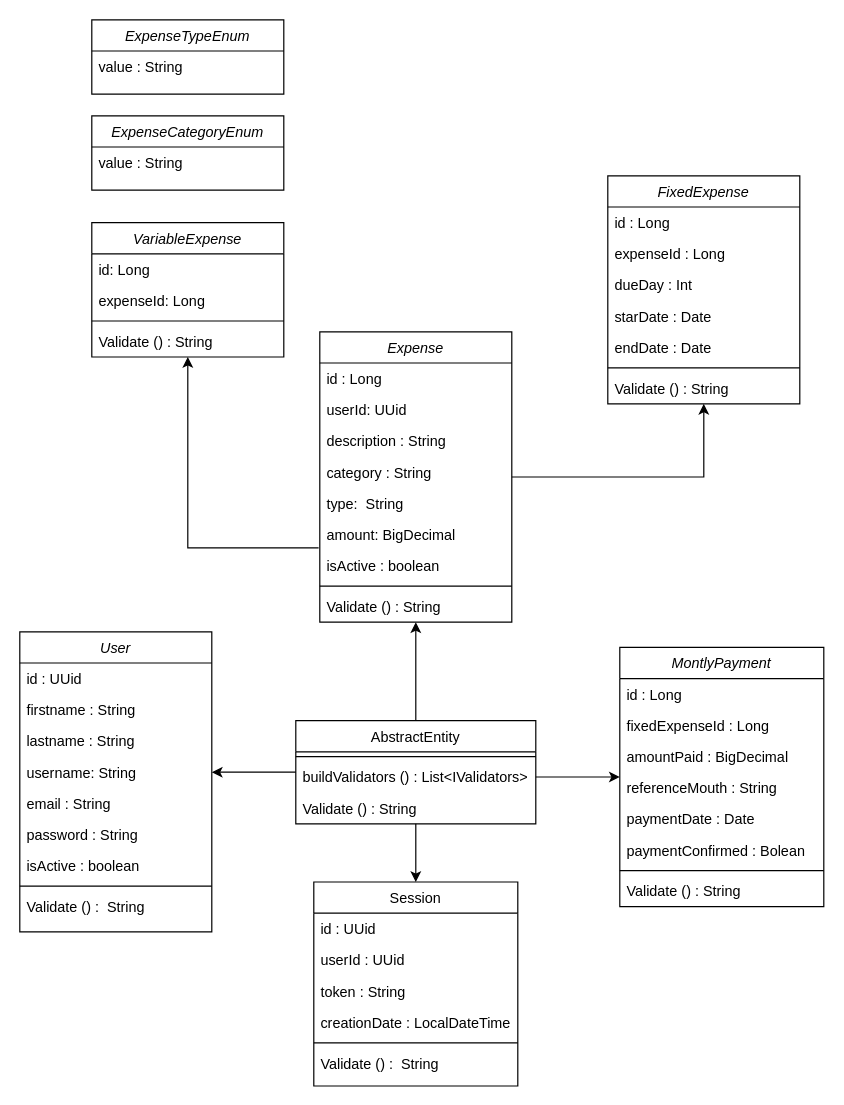
Above: _docs/Class Diagram.drawio in gervasioartur/walletwise-clean-graphql-api (draw.io), before the change. Source tidied: cells renumbered, new cells numbered last; positions are measured from the earlier drawing's top-left corner, leaving out a move shared by most shapes. Both pictures are drawn from the tidied source at 120%, with x=0, y=0 at pixel (19, 19).
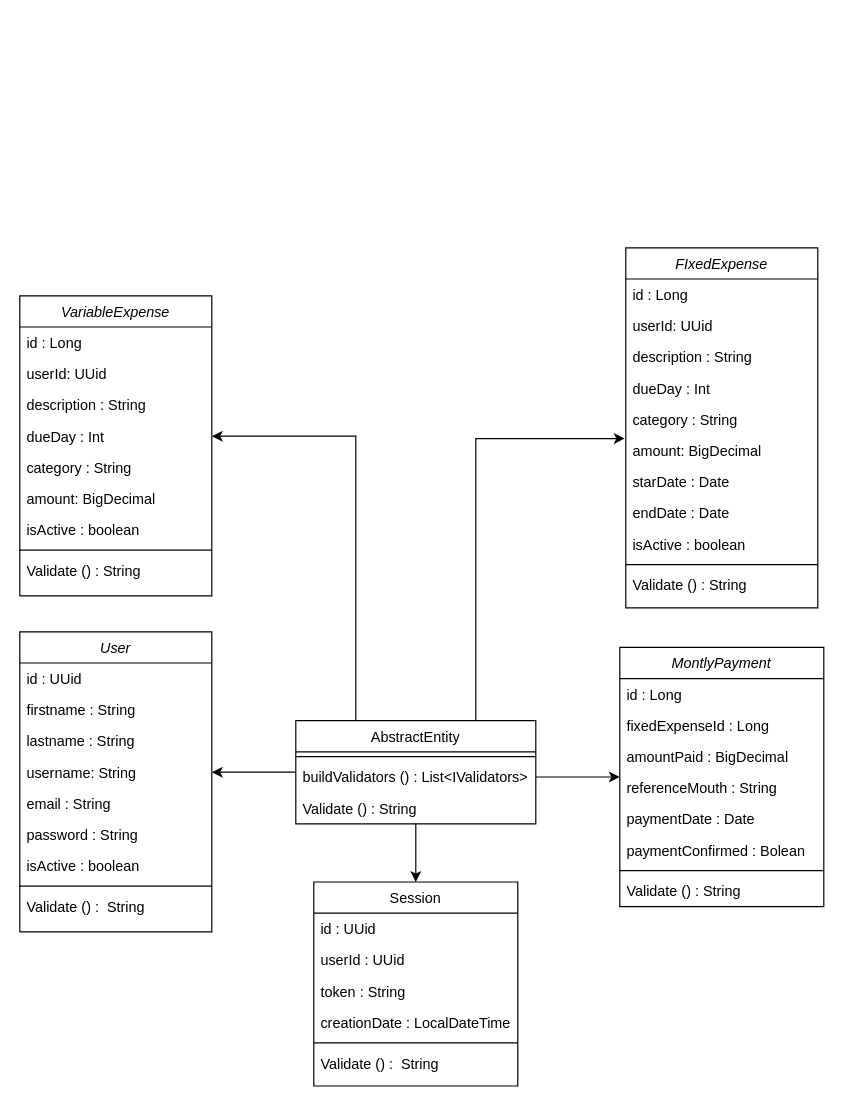
Above is the later version.

Commit message (it also covers changes not shown here):
refactor: change classes to use just FixedExpense instead of Expense

Unchanged cells that the change refers to:
```xml
<mxCell id="22" value="AbstractEntity" style="swimlane;fontStyle=0;align=center;verticalAlign=top;horizontal=1;startSize=26;rounded=0;shadow=0;strokeWidth=1;" parent="1" vertex="1">
  <mxGeometry x="230" y="584" width="200" height="86" as="geometry" />
</mxCell>
<mxCell id="33" value="amount: BigDecimal" style="text;align=left;verticalAlign=top;spacingLeft=4;spacingRight=4;overflow=hidden;points=[[0,0.5],[1,0.5]];portConstraint=eastwest;rounded=0;shadow=0;html=0;" parent="27" vertex="1">
  <mxGeometry y="156" width="160" height="26" as="geometry" />
</mxCell>
```

Diff of the diagram source:
```diff
@@
-    <mxCell id="21" style="edgeStyle=orthogonalEdgeStyle;rounded=0;jettySize=auto;html=1;entryX=0.5;entryY=1;entryDx=0;entryDy=0;" parent="1" edge="1" source="22" target="27">
-      <mxGeometry relative="1" as="geometry" />
-    </mxCell>
+    <mxCell id="65" style="edgeStyle=orthogonalEdgeStyle;rounded=0;jettySize=auto;html=1;entryX=-0.006;entryY=0.115;entryDx=0;entryDy=0;entryPerimeter=0;exitX=0.75;exitY=0;exitDx=0;exitDy=0;" parent="1" edge="1" source="22" target="33">
+      <mxGeometry relative="1" as="geometry" />
+    </mxCell>
@@
-    <mxCell id="26" style="edgeStyle=orthogonalEdgeStyle;rounded=0;jettySize=auto;html=1;entryX=0.5;entryY=1;entryDx=0;entryDy=0;" parent="1" edge="1" source="27" target="37">
-      <mxGeometry relative="1" as="geometry" />
-    </mxCell>
-    <mxCell id="27" value="Expense" style="swimlane;fontStyle=2;align=center;verticalAlign=top;horizontal=1;startSize=26;rounded=0;shadow=0;strokeWidth=1;" parent="1" vertex="1">
-      <mxGeometry x="250" y="260" width="160" height="242" as="geometry" />
+    <mxCell id="27" value="FIxedExpense" style="swimlane;fontStyle=2;align=center;verticalAlign=top;horizontal=1;startSize=26;rounded=0;shadow=0;strokeWidth=1;" parent="1" vertex="1">
+      <mxGeometry x="505" y="190" width="160" height="300" as="geometry" />
     </mxCell>
@@
+    <mxCell id="64" value="dueDay : Int" style="text;align=left;verticalAlign=top;spacingLeft=4;spacingRight=4;overflow=hidden;rounded=0;shadow=0;html=0;" parent="27" vertex="1">
+      <mxGeometry y="104" width="160" height="26" as="geometry" />
+    </mxCell>
     <mxCell id="31" value="category : String" style="text;align=left;verticalAlign=top;spacingLeft=4;spacingRight=4;overflow=hidden;rounded=0;shadow=0;html=0;" parent="27" vertex="1">
-      <mxGeometry y="104" width="160" height="26" as="geometry" />
+      <mxGeometry y="130" width="160" height="26" as="geometry" />
     </mxCell>
-    <mxCell id="32" value="type:  String" style="text;align=left;verticalAlign=top;spacingLeft=4;spacingRight=4;overflow=hidden;rounded=0;shadow=0;html=0;" parent="27" vertex="1">
-      <mxGeometry y="130" width="160" height="26" as="geometry" />
-    </mxCell>
@@
+    <mxCell id="41" value="starDate : Date" style="text;align=left;verticalAlign=top;spacingLeft=4;spacingRight=4;overflow=hidden;rounded=0;shadow=0;html=0;" parent="27" vertex="1">
+      <mxGeometry y="182" width="160" height="26" as="geometry" />
+    </mxCell>
+    <mxCell id="42" value="endDate : Date" style="text;align=left;verticalAlign=top;spacingLeft=4;spacingRight=4;overflow=hidden;rounded=0;shadow=0;html=0;" parent="27" vertex="1">
+      <mxGeometry y="208" width="160" height="26" as="geometry" />
+    </mxCell>
     <mxCell id="34" value="isActive : boolean" style="text;align=left;verticalAlign=top;spacingLeft=4;spacingRight=4;overflow=hidden;rounded=0;shadow=0;html=0;" parent="27" vertex="1">
-      <mxGeometry y="182" width="160" height="26" as="geometry" />
+      <mxGeometry y="234" width="160" height="26" as="geometry" />
     </mxCell>
     <mxCell id="35" style="line;html=1;strokeWidth=1;align=left;verticalAlign=middle;spacingTop=-1;spacingLeft=3;spacingRight=3;labelPosition=right;" parent="27" vertex="1">
-      <mxGeometry y="208" width="160" height="8" as="geometry" />
+      <mxGeometry y="260" width="160" height="8" as="geometry" />
     </mxCell>
     <mxCell id="36" value="Validate () : String" style="text;align=left;verticalAlign=top;spacingLeft=4;spacingRight=4;overflow=hidden;" parent="27" vertex="1">
-      <mxGeometry y="216" width="160" height="26" as="geometry" />
+      <mxGeometry y="268" width="160" height="32" as="geometry" />
     </mxCell>
-    <mxCell id="37" value="FixedExpense" style="swimlane;fontStyle=2;align=center;verticalAlign=top;horizontal=1;startSize=26;rounded=0;shadow=0;strokeWidth=1;" parent="1" vertex="1">
-      <mxGeometry x="490" y="130" width="160" height="190" as="geometry" />
-    </mxCell>
-    <mxCell id="38" value="id : Long" style="text;align=left;verticalAlign=top;spacingLeft=4;spacingRight=4;overflow=hidden;rounded=0;shadow=0;html=0;" parent="37" vertex="1">
-      <mxGeometry y="26" width="160" height="26" as="geometry" />
-    </mxCell>
-    <mxCell id="39" value="expenseId : Long" style="text;align=left;verticalAlign=top;spacingLeft=4;spacingRight=4;overflow=hidden;rounded=0;shadow=0;html=0;" parent="37" vertex="1">
-      <mxGeometry y="52" width="160" height="26" as="geometry" />
-    </mxCell>
-    <mxCell id="40" value="dueDay : Int" style="text;align=left;verticalAlign=top;spacingLeft=4;spacingRight=4;overflow=hidden;points=[[0,0.5],[1,0.5]];portConstraint=eastwest;rounded=0;shadow=0;html=0;" parent="37" vertex="1">
-      <mxGeometry y="78" width="160" height="26" as="geometry" />
-    </mxCell>
-    <mxCell id="41" value="starDate : Date" style="text;align=left;verticalAlign=top;spacingLeft=4;spacingRight=4;overflow=hidden;rounded=0;shadow=0;html=0;" parent="37" vertex="1">
-      <mxGeometry y="104" width="160" height="26" as="geometry" />
-    </mxCell>
-    <mxCell id="42" value="endDate : Date" style="text;align=left;verticalAlign=top;spacingLeft=4;spacingRight=4;overflow=hidden;rounded=0;shadow=0;html=0;" parent="37" vertex="1">
-      <mxGeometry y="130" width="160" height="26" as="geometry" />
-    </mxCell>
-    <mxCell id="43" style="line;html=1;strokeWidth=1;align=left;verticalAlign=middle;spacingTop=-1;spacingLeft=3;spacingRight=3;labelPosition=right;" parent="37" vertex="1">
-      <mxGeometry y="156" width="160" height="8" as="geometry" />
-    </mxCell>
-    <mxCell id="44" value="Validate () : String" style="text;align=left;verticalAlign=top;spacingLeft=4;spacingRight=4;overflow=hidden;" parent="37" vertex="1">
-      <mxGeometry y="164" width="160" height="26" as="geometry" />
-    </mxCell>
-    <mxCell id="45" value="VariableExpense" style="swimlane;fontStyle=2;align=center;verticalAlign=top;horizontal=1;startSize=26;rounded=0;shadow=0;strokeWidth=1;" parent="1" vertex="1">
-      <mxGeometry x="60" y="169" width="160" height="112" as="geometry" />
-    </mxCell>
-    <mxCell id="46" value="id: Long" style="text;align=left;verticalAlign=top;spacingLeft=4;spacingRight=4;overflow=hidden;rounded=0;shadow=0;html=0;" parent="45" vertex="1">
-      <mxGeometry y="26" width="160" height="26" as="geometry" />
-    </mxCell>
-    <mxCell id="47" value="expenseId: Long" style="text;align=left;verticalAlign=top;spacingLeft=4;spacingRight=4;overflow=hidden;rounded=0;shadow=0;html=0;" parent="45" vertex="1">
-      <mxGeometry y="52" width="160" height="26" as="geometry" />
-    </mxCell>
-    <mxCell id="48" style="line;html=1;strokeWidth=1;align=left;verticalAlign=middle;spacingTop=-1;spacingLeft=3;spacingRight=3;labelPosition=right;" parent="45" vertex="1">
-      <mxGeometry y="78" width="160" height="8" as="geometry" />
-    </mxCell>
-    <mxCell id="49" value="Validate () : String" style="text;align=left;verticalAlign=top;spacingLeft=4;spacingRight=4;overflow=hidden;" parent="45" vertex="1">
-      <mxGeometry y="86" width="160" height="26" as="geometry" />
-    </mxCell>
-    <mxCell id="50" style="edgeStyle=orthogonalEdgeStyle;rounded=0;jettySize=auto;html=1;entryX=0.5;entryY=1;entryDx=0;entryDy=0;exitX=-0.006;exitY=0.923;exitDx=0;exitDy=0;exitPerimeter=0;" parent="1" edge="1" source="33" target="45">
-      <mxGeometry relative="1" as="geometry" />
-    </mxCell>
@@
-    <mxCell id="61" value="ExpenseCategoryEnum" style="swimlane;fontStyle=2;align=center;verticalAlign=top;horizontal=1;startSize=26;rounded=0;shadow=0;strokeWidth=1;" parent="1" vertex="1">
-      <mxGeometry x="60" y="80" width="160" height="62" as="geometry" />
-    </mxCell>
-    <mxCell id="62" value="value : String" style="text;align=left;verticalAlign=top;spacingLeft=4;spacingRight=4;overflow=hidden;rounded=0;shadow=0;html=0;" parent="61" vertex="1">
-      <mxGeometry y="26" width="160" height="26" as="geometry" />
-    </mxCell>
-    <mxCell id="63" value="ExpenseTypeEnum" style="swimlane;fontStyle=2;align=center;verticalAlign=top;horizontal=1;startSize=26;rounded=0;shadow=0;strokeWidth=1;" parent="1" vertex="1">
-      <mxGeometry x="60" width="160" height="62" as="geometry" />
-    </mxCell>
-    <mxCell id="64" value="value : String" style="text;align=left;verticalAlign=top;spacingLeft=4;spacingRight=4;overflow=hidden;rounded=0;shadow=0;html=0;" parent="63" vertex="1">
-      <mxGeometry y="26" width="160" height="26" as="geometry" />
-    </mxCell>
+    <mxCell id="45" value="VariableExpense" style="swimlane;fontStyle=2;align=center;verticalAlign=top;horizontal=1;startSize=26;rounded=0;shadow=0;strokeWidth=1;" parent="1" vertex="1">
+      <mxGeometry y="230" width="160" height="250" as="geometry" />
+    </mxCell>
+    <mxCell id="38" value="id : Long" style="text;align=left;verticalAlign=top;spacingLeft=4;spacingRight=4;overflow=hidden;rounded=0;shadow=0;html=0;" parent="45" vertex="1">
+      <mxGeometry y="26" width="160" height="26" as="geometry" />
+    </mxCell>
+    <mxCell id="66" value="userId: UUid" style="text;align=left;verticalAlign=top;spacingLeft=4;spacingRight=4;overflow=hidden;rounded=0;shadow=0;html=0;" parent="45" vertex="1">
+      <mxGeometry y="52" width="160" height="26" as="geometry" />
+    </mxCell>
+    <mxCell id="67" value="description : String" style="text;align=left;verticalAlign=top;spacingLeft=4;spacingRight=4;overflow=hidden;rounded=0;shadow=0;html=0;" parent="45" vertex="1">
+      <mxGeometry y="78" width="160" height="26" as="geometry" />
+    </mxCell>
+    <mxCell id="40" value="dueDay : Int" style="text;align=left;verticalAlign=top;spacingLeft=4;spacingRight=4;overflow=hidden;points=[[0,0.5],[1,0.5]];portConstraint=eastwest;rounded=0;shadow=0;html=0;" parent="45" vertex="1">
+      <mxGeometry y="104" width="160" height="26" as="geometry" />
+    </mxCell>
+    <mxCell id="68" value="category : String" style="text;align=left;verticalAlign=top;spacingLeft=4;spacingRight=4;overflow=hidden;rounded=0;shadow=0;html=0;" parent="45" vertex="1">
+      <mxGeometry y="130" width="160" height="26" as="geometry" />
+    </mxCell>
+    <mxCell id="69" value="amount: BigDecimal" style="text;align=left;verticalAlign=top;spacingLeft=4;spacingRight=4;overflow=hidden;rounded=0;shadow=0;html=0;" parent="45" vertex="1">
+      <mxGeometry y="156" width="160" height="26" as="geometry" />
+    </mxCell>
+    <mxCell id="70" value="isActive : boolean" style="text;align=left;verticalAlign=top;spacingLeft=4;spacingRight=4;overflow=hidden;rounded=0;shadow=0;html=0;" parent="45" vertex="1">
+      <mxGeometry y="182" width="160" height="26" as="geometry" />
+    </mxCell>
+    <mxCell id="71" style="line;html=1;strokeWidth=1;align=left;verticalAlign=middle;spacingTop=-1;spacingLeft=3;spacingRight=3;labelPosition=right;" parent="45" vertex="1">
+      <mxGeometry y="208" width="160" height="8" as="geometry" />
+    </mxCell>
+    <mxCell id="72" value="Validate () : String" style="text;align=left;verticalAlign=top;spacingLeft=4;spacingRight=4;overflow=hidden;" parent="45" vertex="1">
+      <mxGeometry y="216" width="160" height="26" as="geometry" />
+    </mxCell>
+    <mxCell id="73" style="edgeStyle=orthogonalEdgeStyle;rounded=0;jettySize=auto;html=1;exitX=0.25;exitY=0;exitDx=0;exitDy=0;entryX=1;entryY=0.5;entryDx=0;entryDy=0;" parent="1" edge="1" source="22" target="40">
+      <mxGeometry relative="1" as="geometry" />
+    </mxCell>
```
